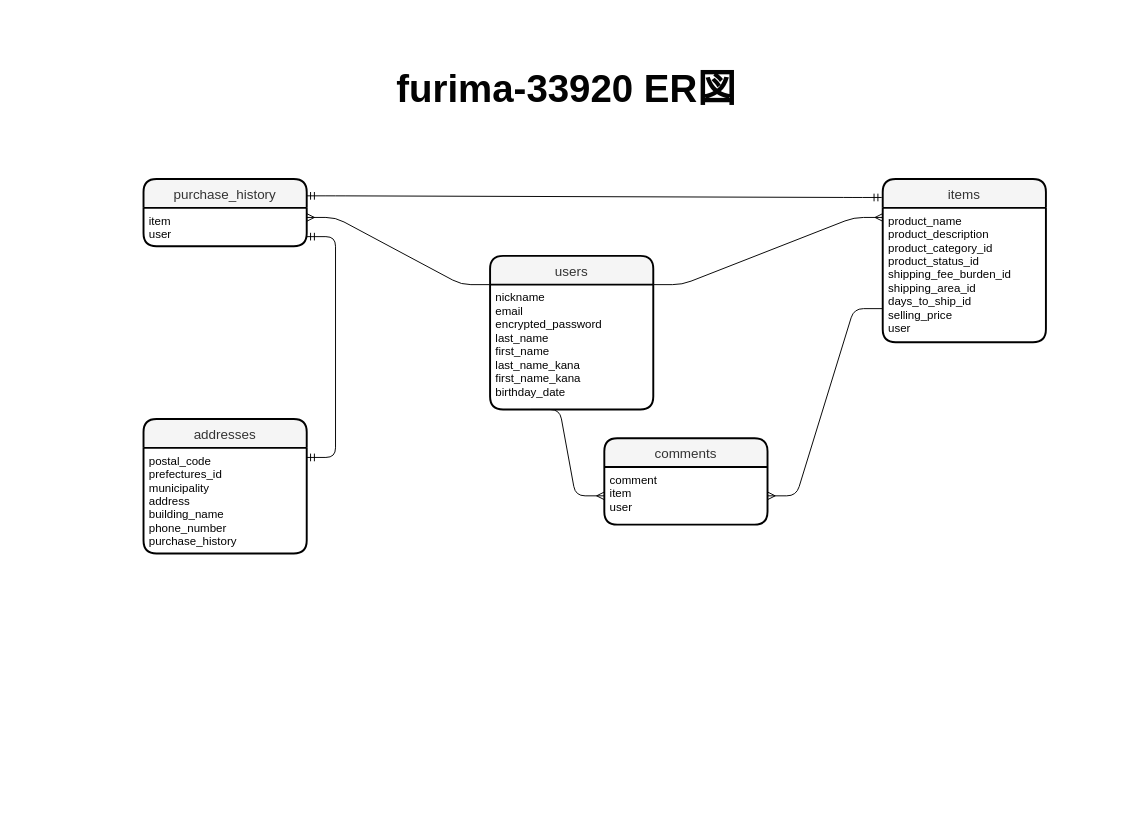
HasuikeTadakatsu/furima-33920 keeps this draw.io diagram as furima-33920.dio. Above is the earlier version. Source tidied: cells renumbered, new cells numbered last; positions are measured from the earlier drawing's top-left corner, leaving out a move shared by most shapes. Both pictures are drawn from the tidied source at 96%, with x=0, y=0 at pixel (16, 16).
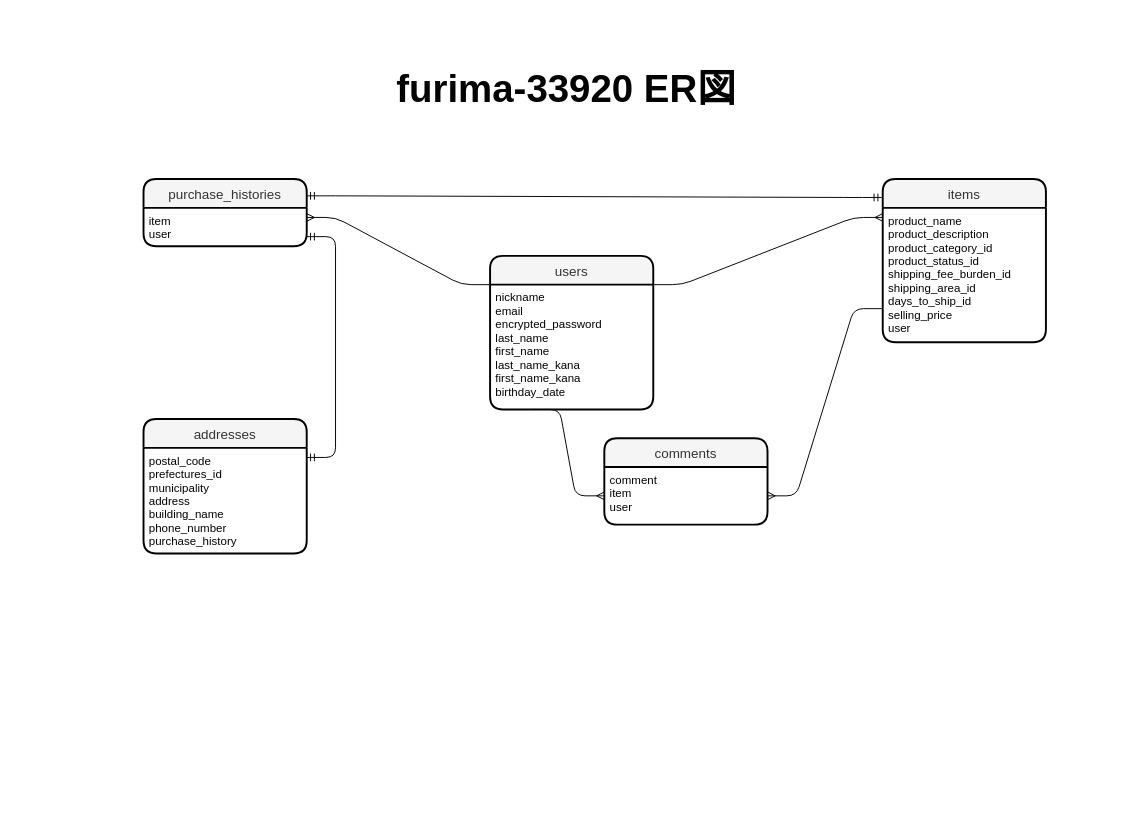
The same diagram, later.

Change to the diagram source:
```diff
@@
-    <mxCell id="8" value="purchase_history" style="swimlane;horizontal=1;startSize=30;rounded=1;fontSize=14;fontStyle=0;strokeWidth=2;shadow=0;dashed=0;align=center;labelBackgroundColor=none;fillColor=#f5f5f5;fontColor=#333333;strokeColor=#000000;" parent="1" vertex="1">
+    <mxCell id="8" value="purchase_histories" style="swimlane;horizontal=1;startSize=30;rounded=1;fontSize=14;fontStyle=0;strokeWidth=2;shadow=0;dashed=0;align=center;labelBackgroundColor=none;fillColor=#f5f5f5;fontColor=#333333;strokeColor=#000000;" parent="1" vertex="1">
       <mxGeometry x="132" y="169" width="170" height="70" as="geometry" />
     </mxCell>
```
